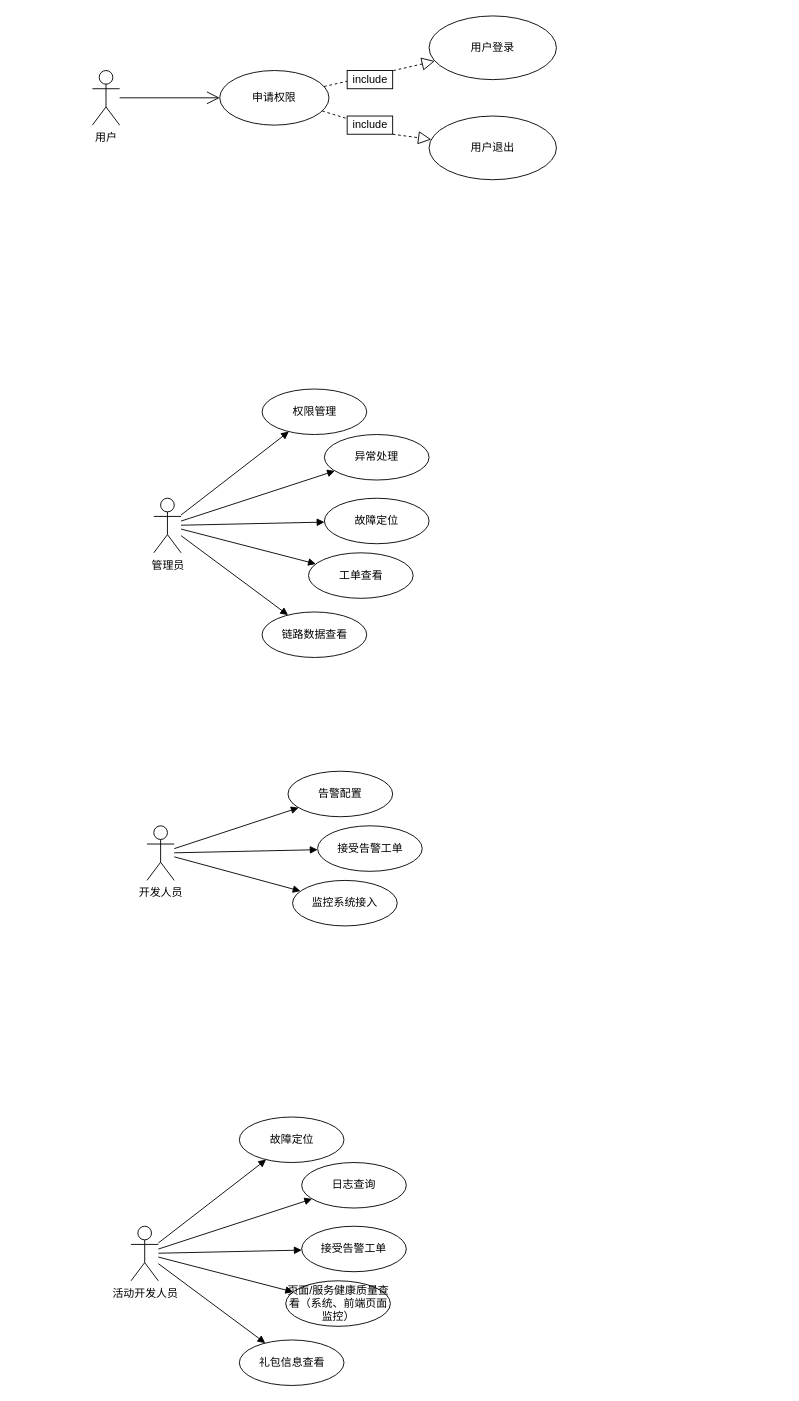
This is 开题_系统功能需求分析.drawio from FelixTt/repositoryForDraw.io, a draw.io file, before an edit. Source tidied: cells renumbered, new cells numbered last; positions are measured from the earlier drawing's top-left corner, leaving out a move shared by most shapes. Both pictures are drawn from the tidied source at 91%, with x=0, y=0 at pixel (92, 15).
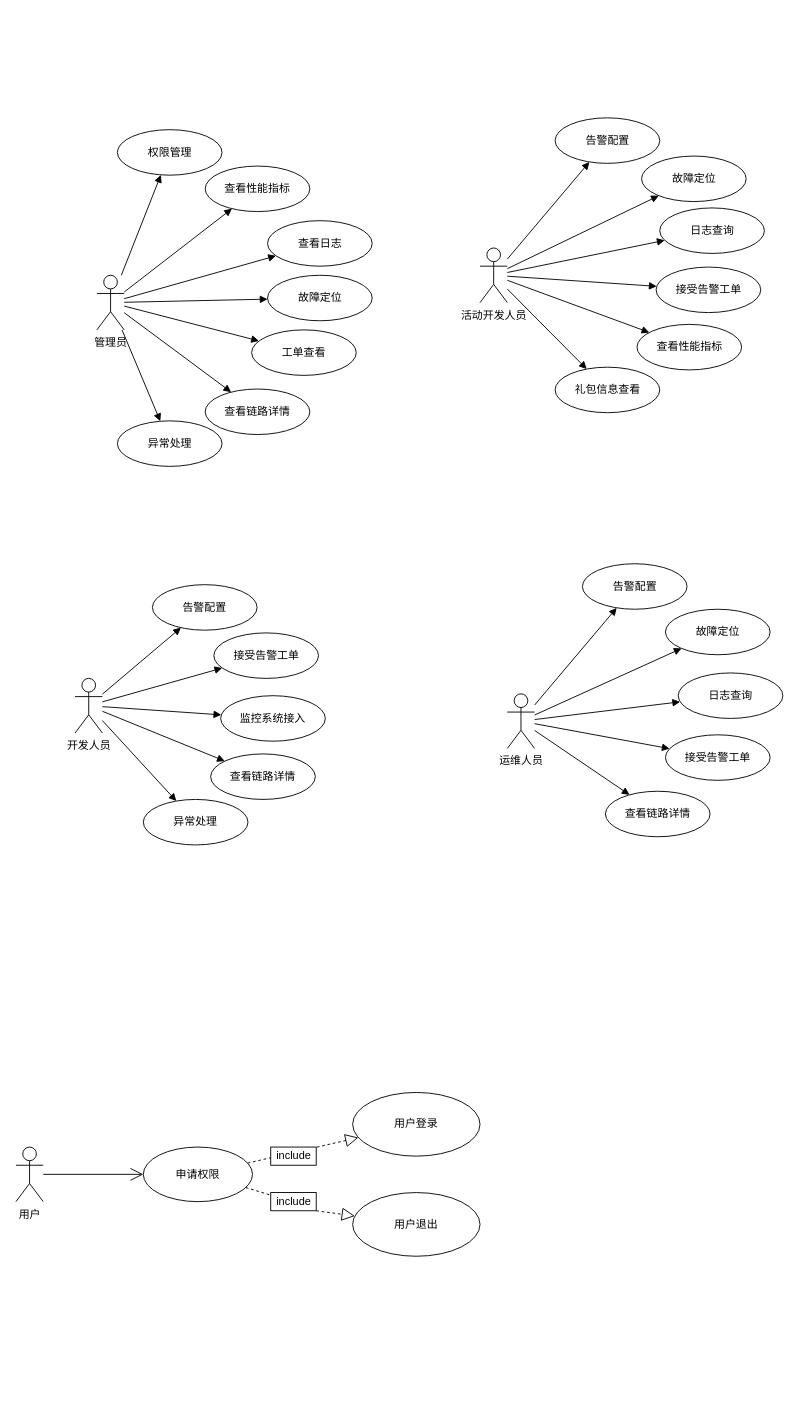
The same diagram, later.

Commit message:
Update 开题_系统功能需求分析.drawio

The edit, as a diff of the source:
```diff
@@
-    <mxCell id="2" value="用户" style="shape=umlActor;verticalLabelPosition=bottom;verticalAlign=top;html=1;" parent="1" vertex="1">
-      <mxGeometry y="60" width="30" height="60" as="geometry" />
-    </mxCell>
-    <mxCell id="3" style="endArrow=open;endFill=1;endSize=12;html=1;rounded=0;" parent="1" edge="1" source="2" target="4">
-      <mxGeometry relative="1" as="geometry" />
-    </mxCell>
-    <mxCell id="4" value="申请权限" style="ellipse;whiteSpace=wrap;html=1;" parent="1" vertex="1">
-      <mxGeometry x="140" y="60" width="120" height="60" as="geometry" />
-    </mxCell>
-    <mxCell id="5" style="endArrow=block;dashed=1;endFill=0;endSize=12;html=1;rounded=0;" parent="1" edge="1" source="4" target="6">
-      <mxGeometry relative="1" as="geometry" />
-    </mxCell>
-    <mxCell id="6" value="用户登录" style="ellipse;whiteSpace=wrap;html=1;" parent="1" vertex="1">
-      <mxGeometry x="370" width="140" height="70" as="geometry" />
-    </mxCell>
-    <mxCell id="7" value="用户退出" style="ellipse;whiteSpace=wrap;html=1;" parent="1" vertex="1">
-      <mxGeometry x="370" y="110" width="140" height="70" as="geometry" />
-    </mxCell>
-    <mxCell id="8" style="endArrow=block;dashed=1;endFill=0;endSize=12;html=1;rounded=0;startArrow=none;" parent="1" edge="1" source="9" target="7">
-      <mxGeometry relative="1" as="geometry">
-        <Array as="points">
-          <mxPoint x="330" y="130" />
-        </Array>
-      </mxGeometry>
-    </mxCell>
-    <mxCell id="9" value="include" style="html=1;" parent="1" vertex="1">
-      <mxGeometry x="280" y="110" width="50" height="20" as="geometry" />
-    </mxCell>
-    <mxCell id="10" style="endArrow=none;dashed=1;endFill=0;endSize=12;html=1;rounded=0;" parent="1" edge="1" source="4" target="9">
-      <mxGeometry relative="1" as="geometry" />
-    </mxCell>
-    <mxCell id="11" value="include" style="html=1;" parent="1" vertex="1">
-      <mxGeometry x="280" y="60" width="50" height="20" as="geometry" />
-    </mxCell>
     <mxCell id="12" value="管理员" style="shape=umlActor;verticalLabelPosition=bottom;verticalAlign=top;html=1;" parent="1" vertex="1">
-      <mxGeometry x="67.5" y="530" width="30" height="60" as="geometry" />
+      <mxGeometry x="5" y="285" width="30" height="60" as="geometry" />
     </mxCell>
-    <mxCell id="13" value="&lt;div&gt;权限管理&lt;/div&gt;" style="ellipse;whiteSpace=wrap;html=1;" parent="1" vertex="1">
-      <mxGeometry x="186.5" y="410" width="115" height="50" as="geometry" />
+    <mxCell id="13" value="&lt;div&gt;查看性能指标&lt;/div&gt;" style="ellipse;whiteSpace=wrap;html=1;" parent="1" vertex="1">
+      <mxGeometry x="124" y="165" width="115" height="50" as="geometry" />
     </mxCell>
@@
     <mxCell id="20" value="异常处理" style="ellipse;whiteSpace=wrap;html=1;" parent="1" vertex="1">
-      <mxGeometry x="255" y="460" width="115" height="50" as="geometry" />
+      <mxGeometry x="27.5" y="445" width="115" height="50" as="geometry" />
     </mxCell>
     <mxCell id="21" value="故障定位" style="ellipse;whiteSpace=wrap;html=1;" parent="1" vertex="1">
-      <mxGeometry x="255" y="530" width="115" height="50" as="geometry" />
+      <mxGeometry x="192.5" y="285" width="115" height="50" as="geometry" />
     </mxCell>
     <mxCell id="22" value="工单查看" style="ellipse;whiteSpace=wrap;html=1;" parent="1" vertex="1">
-      <mxGeometry x="237.5" y="590" width="115" height="50" as="geometry" />
+      <mxGeometry x="175" y="345" width="115" height="50" as="geometry" />
     </mxCell>
-    <mxCell id="23" value="链路数据查看" style="ellipse;whiteSpace=wrap;html=1;" parent="1" vertex="1">
-      <mxGeometry x="186.5" y="655" width="115" height="50" as="geometry" />
+    <mxCell id="23" value="查看链路详情" style="ellipse;whiteSpace=wrap;html=1;" parent="1" vertex="1">
+      <mxGeometry x="124" y="410" width="115" height="50" as="geometry" />
     </mxCell>
     <mxCell id="24" value="开发人员" style="shape=umlActor;verticalLabelPosition=bottom;verticalAlign=top;html=1;" parent="1" vertex="1">
-      <mxGeometry x="60" y="890" width="30" height="60" as="geometry" />
+      <mxGeometry x="-19" y="728" width="30" height="60" as="geometry" />
     </mxCell>
@@
     <mxCell id="28" value="告警配置" style="ellipse;whiteSpace=wrap;html=1;" parent="1" vertex="1">
-      <mxGeometry x="215" y="830" width="115" height="50" as="geometry" />
+      <mxGeometry x="66" y="625" width="115" height="50" as="geometry" />
     </mxCell>
     <mxCell id="29" value="接受告警工单" style="ellipse;whiteSpace=wrap;html=1;" parent="1" vertex="1">
-      <mxGeometry x="247.5" y="890" width="115" height="50" as="geometry" />
+      <mxGeometry x="133.5" y="678" width="115" height="50" as="geometry" />
     </mxCell>
     <mxCell id="30" value="监控系统接入" style="ellipse;whiteSpace=wrap;html=1;" parent="1" vertex="1">
-      <mxGeometry x="220" y="950" width="115" height="50" as="geometry" />
+      <mxGeometry x="141" y="747" width="115" height="50" as="geometry" />
     </mxCell>
     <mxCell id="31" value="活动开发人员" style="shape=umlActor;verticalLabelPosition=bottom;verticalAlign=top;html=1;" parent="1" vertex="1">
-      <mxGeometry x="42.5" y="1330" width="30" height="60" as="geometry" />
+      <mxGeometry x="426" y="255" width="30" height="60" as="geometry" />
     </mxCell>
     <mxCell id="32" value="&lt;div&gt;故障定位&lt;/div&gt;" style="ellipse;whiteSpace=wrap;html=1;" parent="1" vertex="1">
-      <mxGeometry x="161.5" y="1210" width="115" height="50" as="geometry" />
+      <mxGeometry x="603.5" y="154" width="115" height="50" as="geometry" />
     </mxCell>
@@
     <mxCell id="38" value="日志查询" style="ellipse;whiteSpace=wrap;html=1;" parent="1" vertex="1">
-      <mxGeometry x="230" y="1260" width="115" height="50" as="geometry" />
+      <mxGeometry x="623.5" y="211" width="115" height="50" as="geometry" />
     </mxCell>
     <mxCell id="39" value="接受告警工单" style="ellipse;whiteSpace=wrap;html=1;" parent="1" vertex="1">
-      <mxGeometry x="230" y="1330" width="115" height="50" as="geometry" />
+      <mxGeometry x="619.5" y="276" width="115" height="50" as="geometry" />
     </mxCell>
-    <mxCell id="40" value="页面/服务健康质量查看（系统、前端页面监控）" style="ellipse;whiteSpace=wrap;html=1;" parent="1" vertex="1">
-      <mxGeometry x="212.5" y="1390" width="115" height="50" as="geometry" />
+    <mxCell id="40" value="查看性能指标" style="ellipse;whiteSpace=wrap;html=1;" parent="1" vertex="1">
+      <mxGeometry x="598.5" y="339" width="115" height="50" as="geometry" />
     </mxCell>
     <mxCell id="41" value="礼包信息查看" style="ellipse;whiteSpace=wrap;html=1;" parent="1" vertex="1">
-      <mxGeometry x="161.5" y="1455" width="115" height="50" as="geometry" />
+      <mxGeometry x="508.5" y="386" width="115" height="50" as="geometry" />
     </mxCell>
+    <mxCell id="42" value="&lt;div&gt;权限管理&lt;/div&gt;" style="ellipse;whiteSpace=wrap;html=1;" parent="1" vertex="1">
+      <mxGeometry x="27.5" y="125" width="115" height="50" as="geometry" />
+    </mxCell>
+    <mxCell id="43" value="查看日志" style="ellipse;whiteSpace=wrap;html=1;" parent="1" vertex="1">
+      <mxGeometry x="192.5" y="225" width="115" height="50" as="geometry" />
+    </mxCell>
+    <mxCell id="44" style="html=1;verticalAlign=bottom;endArrow=block;rounded=0;" parent="1" edge="1" source="12" target="43">
+      <mxGeometry relative="1" as="geometry" />
+    </mxCell>
+    <mxCell id="45" style="html=1;verticalAlign=bottom;endArrow=block;rounded=0;" parent="1" edge="1" source="12" target="42">
+      <mxGeometry relative="1" as="geometry" />
+    </mxCell>
+    <mxCell id="46" value="查看链路详情" style="ellipse;whiteSpace=wrap;html=1;" parent="1" vertex="1">
+      <mxGeometry x="130" y="811" width="115" height="50" as="geometry" />
+    </mxCell>
+    <mxCell id="47" value="异常处理" style="ellipse;whiteSpace=wrap;html=1;" parent="1" vertex="1">
+      <mxGeometry x="56" y="861" width="115" height="50" as="geometry" />
+    </mxCell>
+    <mxCell id="48" style="html=1;verticalAlign=bottom;endArrow=block;rounded=0;" parent="1" edge="1" source="24" target="46">
+      <mxGeometry relative="1" as="geometry" />
+    </mxCell>
+    <mxCell id="49" style="html=1;verticalAlign=bottom;endArrow=block;rounded=0;" parent="1" edge="1" source="24" target="47">
+      <mxGeometry relative="1" as="geometry" />
+    </mxCell>
+    <mxCell id="50" value="告警配置" style="ellipse;whiteSpace=wrap;html=1;" parent="1" vertex="1">
+      <mxGeometry x="508.5" y="112" width="115" height="50" as="geometry" />
+    </mxCell>
+    <mxCell id="51" style="html=1;verticalAlign=bottom;endArrow=block;rounded=0;" parent="1" edge="1" source="31" target="50">
+      <mxGeometry relative="1" as="geometry" />
+    </mxCell>
+    <mxCell id="52" value="运维人员" style="shape=umlActor;verticalLabelPosition=bottom;verticalAlign=top;html=1;" parent="1" vertex="1">
+      <mxGeometry x="456" y="745" width="30" height="60" as="geometry" />
+    </mxCell>
+    <mxCell id="53" value="&lt;div&gt;故障定位&lt;/div&gt;" style="ellipse;whiteSpace=wrap;html=1;" parent="1" vertex="1">
+      <mxGeometry x="629.8" y="652" width="115" height="50" as="geometry" />
+    </mxCell>
+    <mxCell id="54" style="html=1;verticalAlign=bottom;endArrow=block;rounded=0;" parent="1" edge="1" source="52" target="53">
+      <mxGeometry relative="1" as="geometry" />
+    </mxCell>
+    <mxCell id="55" style="html=1;verticalAlign=bottom;endArrow=block;rounded=0;" parent="1" edge="1" source="52" target="58">
+      <mxGeometry relative="1" as="geometry" />
+    </mxCell>
+    <mxCell id="56" style="html=1;verticalAlign=bottom;endArrow=block;rounded=0;" parent="1" edge="1" source="52" target="60">
+      <mxGeometry relative="1" as="geometry" />
+    </mxCell>
+    <mxCell id="57" style="html=1;verticalAlign=bottom;endArrow=block;rounded=0;" parent="1" edge="1" source="52" target="59">
+      <mxGeometry relative="1" as="geometry" />
+    </mxCell>
+    <mxCell id="58" value="日志查询" style="ellipse;whiteSpace=wrap;html=1;" parent="1" vertex="1">
+      <mxGeometry x="643.8" y="722" width="115" height="50" as="geometry" />
+    </mxCell>
+    <mxCell id="59" value="接受告警工单" style="ellipse;whiteSpace=wrap;html=1;" parent="1" vertex="1">
+      <mxGeometry x="629.8" y="790" width="115" height="50" as="geometry" />
+    </mxCell>
+    <mxCell id="60" value="查看链路详情" style="ellipse;whiteSpace=wrap;html=1;" parent="1" vertex="1">
+      <mxGeometry x="563.8" y="852" width="115" height="50" as="geometry" />
+    </mxCell>
+    <mxCell id="61" value="告警配置" style="ellipse;whiteSpace=wrap;html=1;" parent="1" vertex="1">
+      <mxGeometry x="538.5" y="602" width="115" height="50" as="geometry" />
+    </mxCell>
+    <mxCell id="62" style="html=1;verticalAlign=bottom;endArrow=block;rounded=0;" parent="1" edge="1" source="52" target="61">
+      <mxGeometry relative="1" as="geometry" />
+    </mxCell>
+    <mxCell id="2" value="用户" style="shape=umlActor;verticalLabelPosition=bottom;verticalAlign=top;html=1;" parent="1" vertex="1">
+      <mxGeometry x="-84" y="1243" width="30" height="60" as="geometry" />
+    </mxCell>
+    <mxCell id="3" style="endArrow=open;endFill=1;endSize=12;html=1;rounded=0;" parent="1" edge="1" source="2" target="4">
+      <mxGeometry relative="1" as="geometry" />
+    </mxCell>
+    <mxCell id="4" value="申请权限" style="ellipse;whiteSpace=wrap;html=1;" parent="1" vertex="1">
+      <mxGeometry x="56" y="1243" width="120" height="60" as="geometry" />
+    </mxCell>
+    <mxCell id="5" style="endArrow=block;dashed=1;endFill=0;endSize=12;html=1;rounded=0;" parent="1" edge="1" source="4" target="6">
+      <mxGeometry relative="1" as="geometry" />
+    </mxCell>
+    <mxCell id="6" value="用户登录" style="ellipse;whiteSpace=wrap;html=1;" parent="1" vertex="1">
+      <mxGeometry x="286" y="1183" width="140" height="70" as="geometry" />
+    </mxCell>
+    <mxCell id="7" value="用户退出" style="ellipse;whiteSpace=wrap;html=1;" parent="1" vertex="1">
+      <mxGeometry x="286" y="1293" width="140" height="70" as="geometry" />
+    </mxCell>
+    <mxCell id="63" style="endArrow=block;dashed=1;endFill=0;endSize=12;html=1;rounded=0;startArrow=none;" parent="1" edge="1" source="64" target="7">
+      <mxGeometry relative="1" as="geometry">
+        <Array as="points">
+          <mxPoint x="246" y="1313" />
+        </Array>
+      </mxGeometry>
+    </mxCell>
+    <mxCell id="64" value="include" style="html=1;" parent="1" vertex="1">
+      <mxGeometry x="196" y="1293" width="50" height="20" as="geometry" />
+    </mxCell>
+    <mxCell id="65" style="endArrow=none;dashed=1;endFill=0;endSize=12;html=1;rounded=0;" parent="1" edge="1" source="4" target="64">
+      <mxGeometry relative="1" as="geometry" />
+    </mxCell>
+    <mxCell id="66" value="include" style="html=1;" parent="1" vertex="1">
+      <mxGeometry x="196" y="1243" width="50" height="20" as="geometry" />
+    </mxCell>
```
